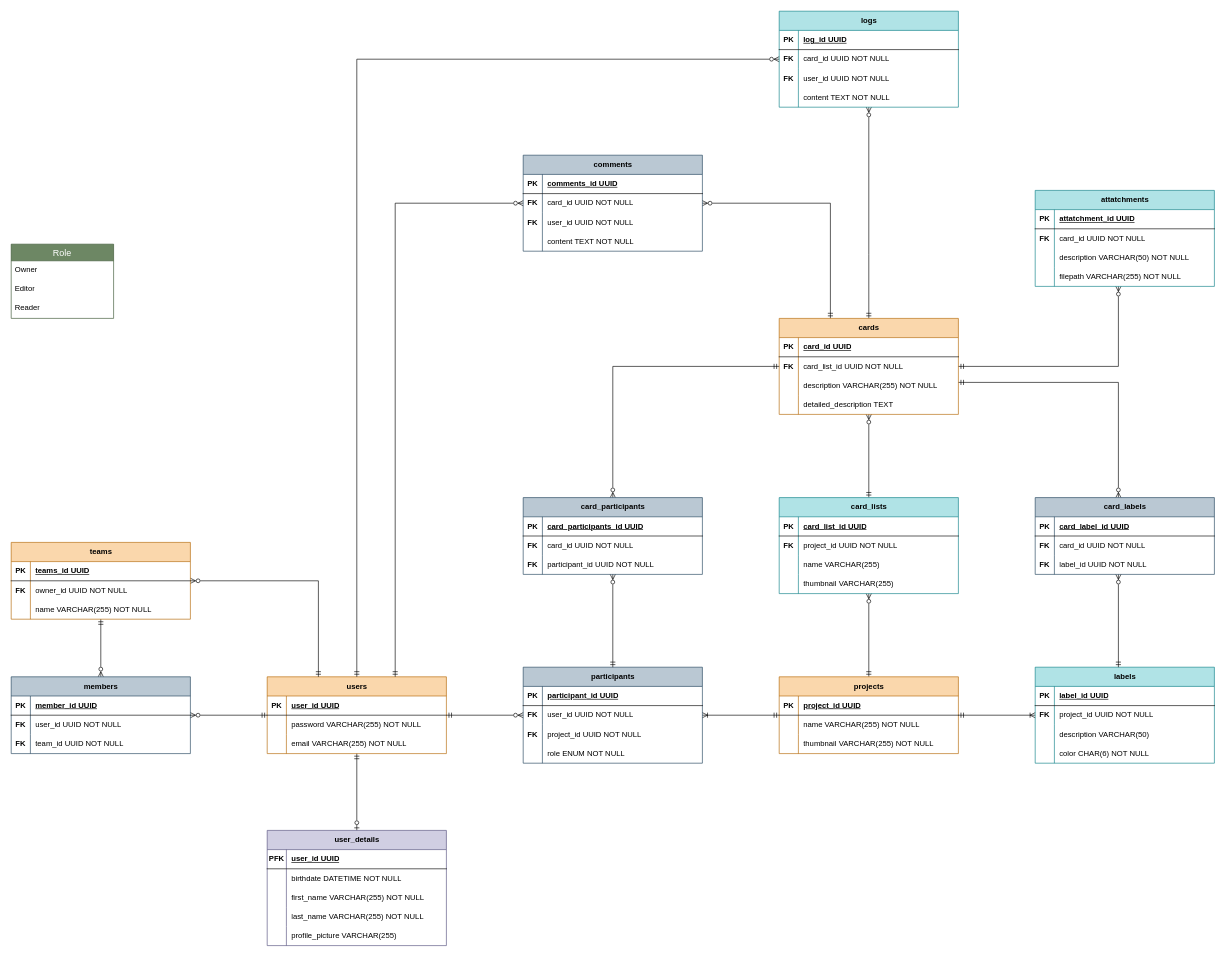
MuryloSaladino/KanBom keeps this draw.io diagram as page "DER" (1 of 2) of docs/database/DER.drawio. Above is the earlier version. Source tidied: cells renumbered, new cells numbered last; positions are measured from the earlier drawing's top-left corner, leaving out a move shared by most shapes. Both pictures are drawn from the tidied source at 64%, with x=0, y=0 at pixel (11, 11).
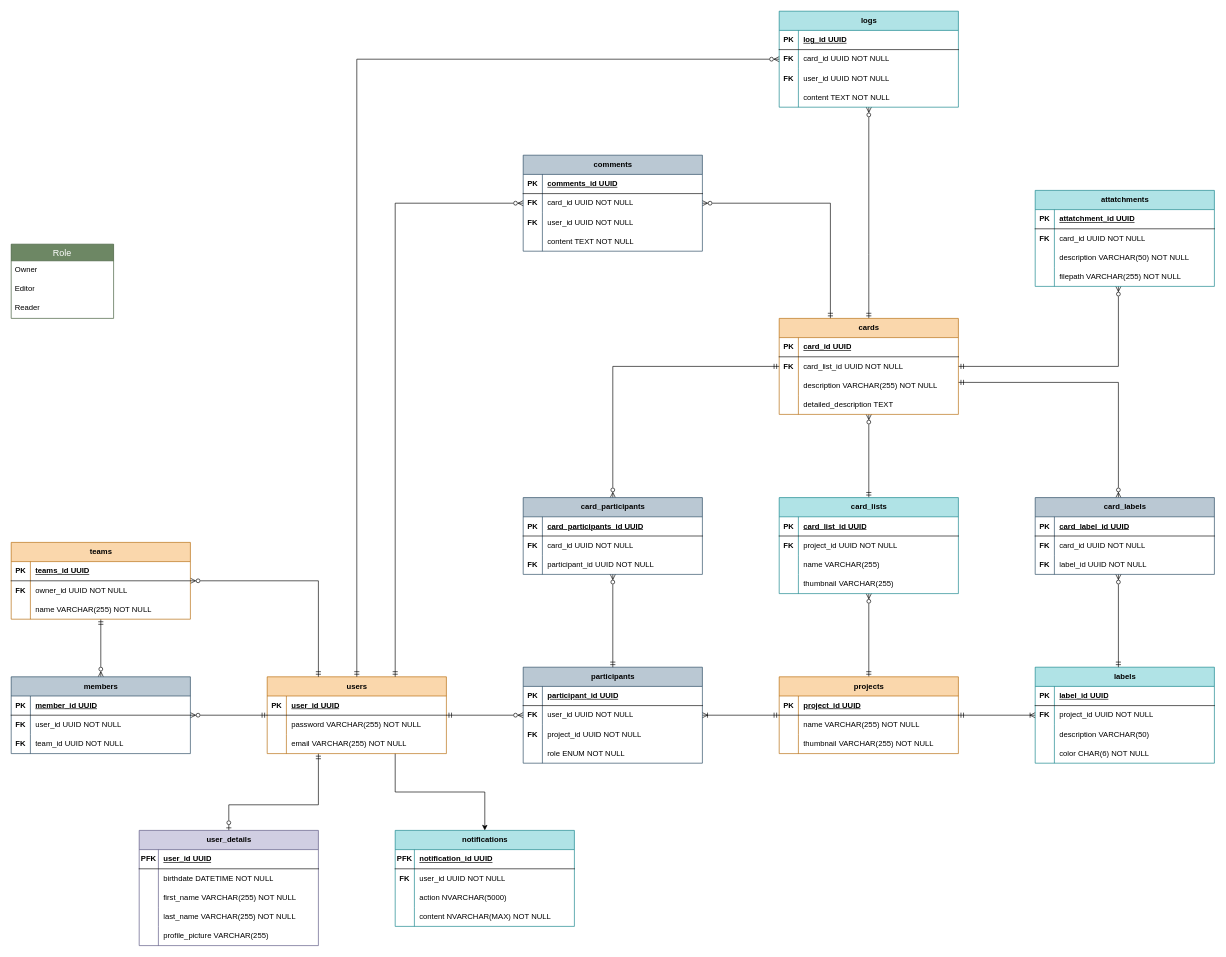
Above is the later version.

The change refers to these unchanged cells:
```xml
<mxCell id="4" value="users" style="shape=table;startSize=30;childLayout=tableLayout;rowLines=0;fontStyle=1;align=center;html=1;fillColor=#fad7ac;strokeColor=#b46504;" parent="1" vertex="1">
  <mxGeometry x="400" y="1040" width="280" height="120" as="geometry" />
</mxCell>
```

Diff of the diagram source:
```diff
@@
     <mxCell id="2" style="edgeStyle=orthogonalEdgeStyle;rounded=0;jettySize=auto;html=1;endArrow=ERzeroToOne;endFill=0;startArrow=ERmandOne;startFill=0;" parent="1" edge="1" source="4" target="14">
       <mxGeometry relative="1" as="geometry">
         <Array as="points">
-          <mxPoint x="540" y="1220" />
-          <mxPoint x="540" y="1220" />
+          <mxPoint x="480" y="1240" />
+          <mxPoint x="340" y="1240" />
         </Array>
       </mxGeometry>
     </mxCell>
@@
+    <mxCell id="191" style="edgeStyle=orthogonalEdgeStyle;rounded=0;jettySize=auto;html=1;" parent="1" edge="1" source="4" target="192">
+      <mxGeometry relative="1" as="geometry">
+        <Array as="points">
+          <mxPoint x="600" y="1220" />
+          <mxPoint x="740" y="1220" />
+        </Array>
+      </mxGeometry>
+    </mxCell>
@@
     <mxCell id="14" value="user_details" style="shape=table;startSize=30;childLayout=tableLayout;rowLines=0;fontStyle=1;align=center;html=1;fillColor=#d0cee2;strokeColor=#56517e;" parent="1" vertex="1">
-      <mxGeometry x="400" y="1280" width="280" height="180" as="geometry" />
+      <mxGeometry x="200" y="1280" width="280" height="180" as="geometry" />
     </mxCell>
@@
+    <mxCell id="192" value="notifications" style="shape=table;startSize=30;childLayout=tableLayout;rowLines=0;fontStyle=1;align=center;html=1;fillColor=#b0e3e6;strokeColor=#0e8088;" parent="1" vertex="1">
+      <mxGeometry x="600" y="1280" width="280" height="150" as="geometry" />
+    </mxCell>
+    <mxCell id="193" style="shape=tableRow;horizontal=0;startSize=0;swimlaneHead=0;swimlaneBody=0;fillColor=none;top=0;left=0;right=0;bottom=1;" parent="192" vertex="1">
+      <mxGeometry y="30" width="280" height="30" as="geometry" />
+    </mxCell>
+    <mxCell id="194" value="PFK" style="shape=partialRectangle;fillColor=none;top=0;left=0;bottom=0;right=0;fontStyle=1;overflow=hidden;whiteSpace=wrap;html=1;" parent="193" vertex="1">
+      <mxGeometry width="30" height="30" as="geometry" />
+    </mxCell>
+    <mxCell id="195" value="notification_id UUID" style="shape=partialRectangle;fillColor=none;top=0;left=0;bottom=0;right=0;align=left;spacingLeft=6;fontStyle=5;overflow=hidden;whiteSpace=wrap;html=1;" parent="193" vertex="1">
+      <mxGeometry x="30" width="250" height="30" as="geometry" />
+    </mxCell>
+    <mxCell id="196" style="shape=tableRow;horizontal=0;startSize=0;swimlaneHead=0;swimlaneBody=0;fillColor=none;top=0;left=0;right=0;bottom=0;" parent="192" vertex="1">
+      <mxGeometry y="60" width="280" height="30" as="geometry" />
+    </mxCell>
+    <mxCell id="197" value="&lt;b&gt;FK&lt;/b&gt;" style="shape=partialRectangle;fillColor=none;top=0;left=0;bottom=0;right=0;overflow=hidden;whiteSpace=wrap;html=1;" parent="196" vertex="1">
+      <mxGeometry width="30" height="30" as="geometry" />
+    </mxCell>
+    <mxCell id="198" value="user_id UUID NOT NULL" style="shape=partialRectangle;fillColor=none;top=0;left=0;bottom=0;right=0;align=left;spacingLeft=6;overflow=hidden;whiteSpace=wrap;html=1;" parent="196" vertex="1">
+      <mxGeometry x="30" width="250" height="30" as="geometry" />
+    </mxCell>
+    <mxCell id="199" style="shape=tableRow;horizontal=0;startSize=0;swimlaneHead=0;swimlaneBody=0;fillColor=none;top=0;left=0;right=0;bottom=0;" parent="192" vertex="1">
+      <mxGeometry y="90" width="280" height="30" as="geometry" />
+    </mxCell>
+    <mxCell id="200" style="shape=partialRectangle;fillColor=none;top=0;left=0;bottom=0;right=0;overflow=hidden;whiteSpace=wrap;html=1;" parent="199" vertex="1">
+      <mxGeometry width="30" height="30" as="geometry" />
+    </mxCell>
+    <mxCell id="201" value="action NVARCHAR(5000)" style="shape=partialRectangle;fillColor=none;top=0;left=0;bottom=0;right=0;align=left;spacingLeft=6;overflow=hidden;whiteSpace=wrap;html=1;" parent="199" vertex="1">
+      <mxGeometry x="30" width="250" height="30" as="geometry" />
+    </mxCell>
+    <mxCell id="202" style="shape=tableRow;horizontal=0;startSize=0;swimlaneHead=0;swimlaneBody=0;fillColor=none;top=0;left=0;right=0;bottom=0;" parent="192" vertex="1">
+      <mxGeometry y="120" width="280" height="30" as="geometry" />
+    </mxCell>
+    <mxCell id="203" style="shape=partialRectangle;fillColor=none;top=0;left=0;bottom=0;right=0;overflow=hidden;whiteSpace=wrap;html=1;" parent="202" vertex="1">
+      <mxGeometry width="30" height="30" as="geometry" />
+    </mxCell>
+    <mxCell id="204" value="content NVARCHAR(MAX) NOT NULL" style="shape=partialRectangle;fillColor=none;top=0;left=0;bottom=0;right=0;align=left;spacingLeft=6;overflow=hidden;whiteSpace=wrap;html=1;" parent="202" vertex="1">
+      <mxGeometry x="30" width="250" height="30" as="geometry" />
+    </mxCell>
```
